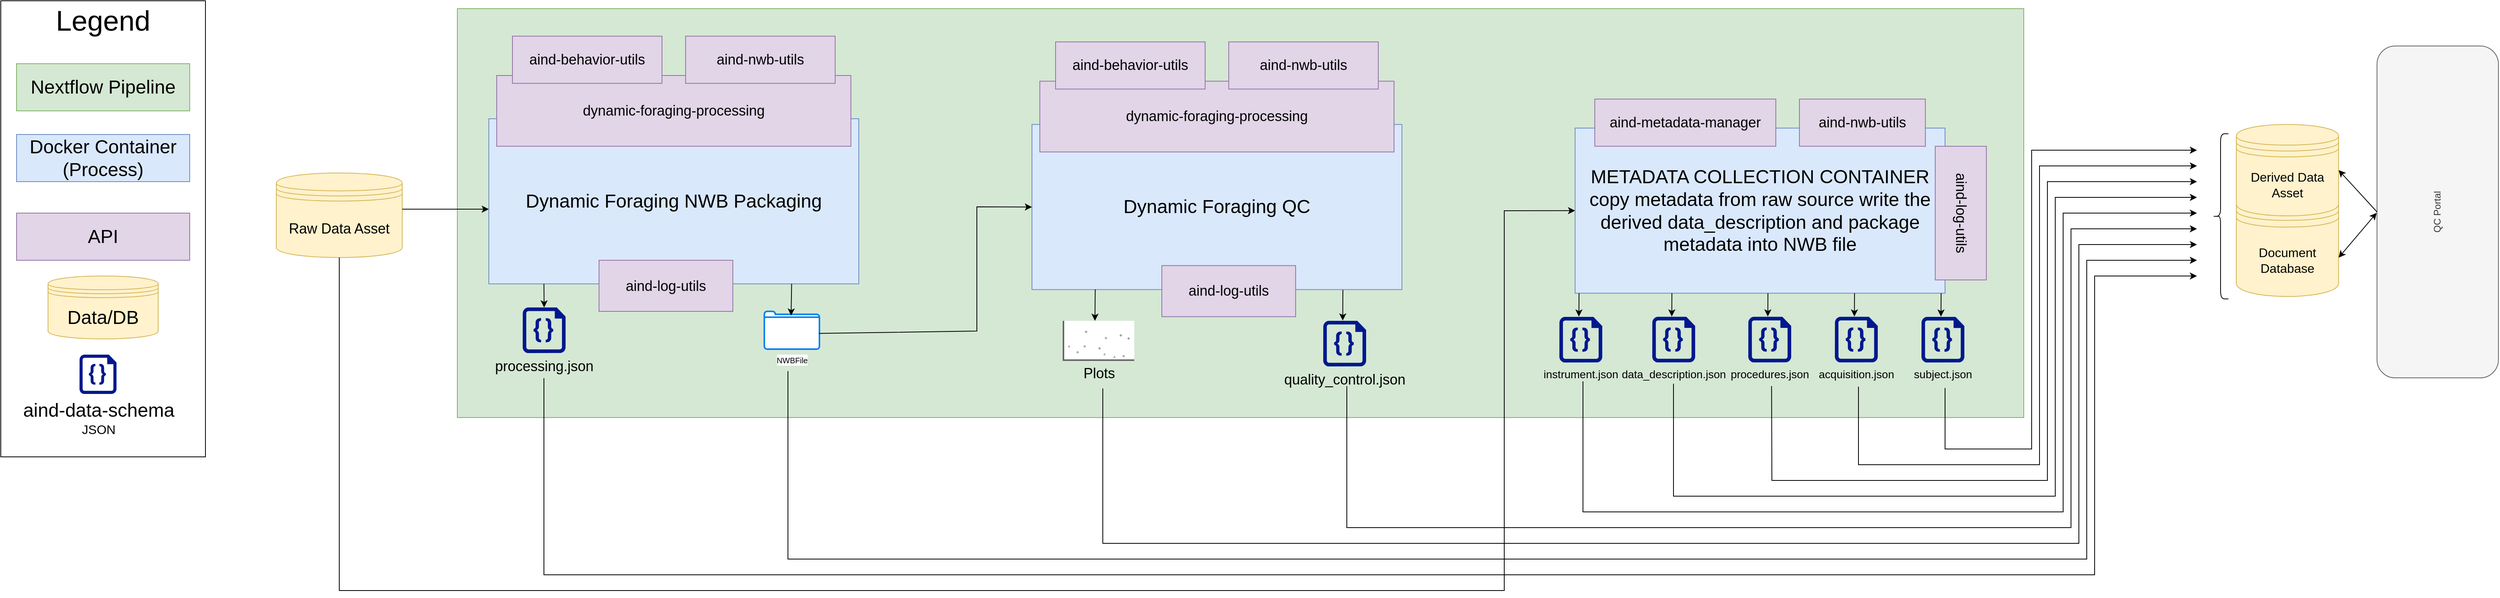
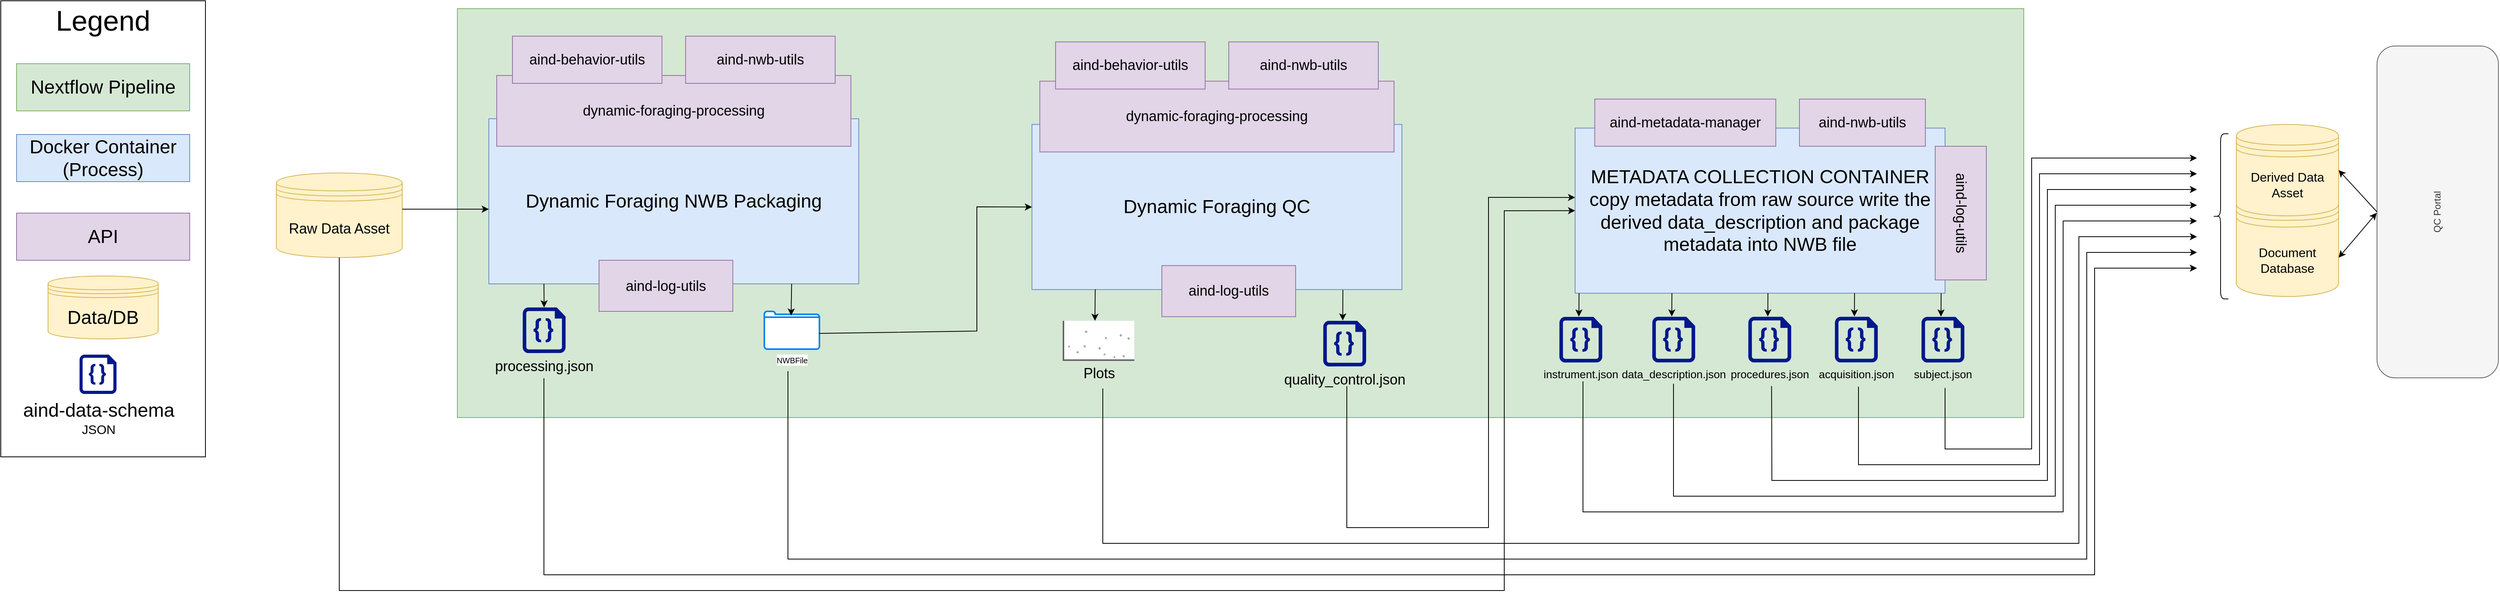
<mxfile host="Electron" agent="Mozilla/5.0 (Windows NT 10.0; Win64; x64) AppleWebKit/537.36 (KHTML, like Gecko) draw.io/29.2.9 Chrome/140.0.7339.249 Electron/38.7.2 Safari/537.36" version="29.2.9">
  <diagram name="Page-1" id="vGwxghS2Jf0l3ObwOOUD">
-     <mxGraphModel dx="2606" dy="1907" grid="1" gridSize="10" guides="1" tooltips="1" connect="1" arrows="1" fold="1" page="1" pageScale="1" pageWidth="850" pageHeight="1100" math="0" shadow="0">
+     <mxGraphModel dx="1216" dy="1235" grid="1" gridSize="10" guides="1" tooltips="1" connect="1" arrows="1" fold="1" page="1" pageScale="1" pageWidth="850" pageHeight="1100" math="0" shadow="0">
      <root>
        <mxCell id="0" />
        <mxCell id="1" parent="0" />
        <mxCell id="ucD0ku87yjtAbwI87e6s-2" parent="1" style="rounded=0;whiteSpace=wrap;html=1;fillColor=#d5e8d4;strokeColor=#82b366;" value="" vertex="1">
          <mxGeometry height="520" width="1990" x="1430" y="360" as="geometry" />
        </mxCell>
        <mxCell id="ucD0ku87yjtAbwI87e6s-4" parent="1" style="shape=datastore;whiteSpace=wrap;html=1;fillColor=#fff2cc;strokeColor=#d6b656;" value="&lt;font style=&quot;font-size: 18px;&quot;&gt;Raw Data Asset&lt;/font&gt;" vertex="1">
          <mxGeometry height="107.5" width="160" x="1200" y="568.97" as="geometry" />
        </mxCell>
        <mxCell id="ucD0ku87yjtAbwI87e6s-8" parent="1" style="rounded=0;whiteSpace=wrap;html=1;fillColor=#dae8fc;strokeColor=#6c8ebf;" value="&lt;span style=&quot;font-size: 24px;&quot;&gt;METADATA COLLECTION CONTAINER&lt;/span&gt;&lt;br&gt;&lt;div&gt;&lt;font style=&quot;font-size: 24px;&quot;&gt;copy metadata from raw source write the derived data_description and package metadata into NWB file&lt;/font&gt;&lt;/div&gt;" vertex="1">
          <mxGeometry height="210" width="470" x="2850" y="511.88" as="geometry" />
        </mxCell>
        <mxCell id="ucD0ku87yjtAbwI87e6s-9" parent="1" style="rounded=0;whiteSpace=wrap;html=1;fillColor=#e1d5e7;strokeColor=#9673a6;" value="&lt;font style=&quot;font-size: 18px;&quot;&gt;aind-metadata-manager&lt;/font&gt;" vertex="1">
          <mxGeometry height="60" width="230" x="2875" y="475" as="geometry" />
        </mxCell>
        <mxCell id="ucD0ku87yjtAbwI87e6s-10" parent="1" style="rounded=0;whiteSpace=wrap;html=1;rotation=90;fillColor=#e1d5e7;strokeColor=#9673a6;" value="&lt;font style=&quot;font-size: 18px;&quot;&gt;aind-log-utils&lt;/font&gt;" vertex="1">
          <mxGeometry height="65" width="170" x="3255" y="587.5" as="geometry" />
        </mxCell>
        <mxCell id="ucD0ku87yjtAbwI87e6s-11" parent="1" style="rounded=0;whiteSpace=wrap;html=1;fillColor=#e1d5e7;strokeColor=#9673a6;" value="&lt;font style=&quot;font-size: 18px;&quot;&gt;aind-nwb-utils&lt;/font&gt;" vertex="1">
          <mxGeometry height="60" width="160" x="3135" y="475" as="geometry" />
        </mxCell>
        <mxCell id="ucD0ku87yjtAbwI87e6s-12" connectable="0" parent="1" style="group;fillColor=#fff2cc;strokeColor=#d6b656;" value="" vertex="1">
          <mxGeometry height="580" width="260" x="850" y="350" as="geometry" />
        </mxCell>
        <mxCell id="ucD0ku87yjtAbwI87e6s-13" parent="ucD0ku87yjtAbwI87e6s-12" style="rounded=0;whiteSpace=wrap;html=1;" value="" vertex="1">
          <mxGeometry height="580" width="260" as="geometry" />
        </mxCell>
        <mxCell id="ucD0ku87yjtAbwI87e6s-14" parent="ucD0ku87yjtAbwI87e6s-12" style="text;html=1;whiteSpace=wrap;strokeColor=none;fillColor=none;align=center;verticalAlign=middle;rounded=0;" value="&lt;font style=&quot;font-size: 36px;&quot;&gt;Legend&lt;/font&gt;" vertex="1">
          <mxGeometry height="30" width="60" x="100" y="10" as="geometry" />
        </mxCell>
        <mxCell id="ucD0ku87yjtAbwI87e6s-15" parent="ucD0ku87yjtAbwI87e6s-12" style="rounded=0;whiteSpace=wrap;html=1;fillColor=#d5e8d4;strokeColor=#82b366;" value="&lt;font style=&quot;font-size: 24px;&quot;&gt;Nextflow Pipeline&lt;/font&gt;" vertex="1">
          <mxGeometry height="60" width="220" x="20" y="80" as="geometry" />
        </mxCell>
        <mxCell id="ucD0ku87yjtAbwI87e6s-16" parent="ucD0ku87yjtAbwI87e6s-12" style="rounded=0;whiteSpace=wrap;html=1;fillColor=#dae8fc;strokeColor=#6c8ebf;" value="&lt;font style=&quot;font-size: 24px;&quot;&gt;Docker Container (Process)&lt;/font&gt;" vertex="1">
          <mxGeometry height="60" width="220" x="20" y="170" as="geometry" />
        </mxCell>
        <mxCell id="ucD0ku87yjtAbwI87e6s-17" parent="ucD0ku87yjtAbwI87e6s-12" style="rounded=0;whiteSpace=wrap;html=1;fillColor=#e1d5e7;strokeColor=#9673a6;" value="&lt;font style=&quot;font-size: 24px;&quot;&gt;API&lt;/font&gt;" vertex="1">
          <mxGeometry height="60" width="220" x="20" y="270" as="geometry" />
        </mxCell>
        <mxCell id="ucD0ku87yjtAbwI87e6s-18" parent="ucD0ku87yjtAbwI87e6s-12" style="shape=datastore;whiteSpace=wrap;html=1;fillColor=#fff2cc;strokeColor=#d6b656;" value="&lt;font style=&quot;font-size: 24px;&quot;&gt;Data/DB&lt;/font&gt;" vertex="1">
          <mxGeometry height="80" width="140" x="60" y="350" as="geometry" />
        </mxCell>
        <mxCell id="ucD0ku87yjtAbwI87e6s-19" parent="ucD0ku87yjtAbwI87e6s-12" style="sketch=0;aspect=fixed;pointerEvents=1;shadow=0;dashed=0;html=1;strokeColor=none;labelPosition=center;verticalLabelPosition=bottom;verticalAlign=top;align=center;fillColor=#00188D;shape=mxgraph.azure.code_file" value="&lt;font style=&quot;font-size: 24px;&quot;&gt;aind-data-schema&lt;/font&gt;&lt;div&gt;&lt;font size=&quot;3&quot;&gt;JSON&lt;/font&gt;&lt;/div&gt;" vertex="1">
          <mxGeometry height="50" width="47" x="100" y="450" as="geometry" />
        </mxCell>
        <mxCell id="ucD0ku87yjtAbwI87e6s-22" parent="1" style="rounded=0;whiteSpace=wrap;html=1;fillColor=#dae8fc;strokeColor=#6c8ebf;" value="&lt;span style=&quot;font-size: 24px;&quot;&gt;Dynamic Foraging NWB Packaging&lt;/span&gt;" vertex="1">
          <mxGeometry height="210" width="470" x="1470" y="500" as="geometry" />
        </mxCell>
        <mxCell id="ucD0ku87yjtAbwI87e6s-23" parent="1" style="rounded=0;whiteSpace=wrap;html=1;fillColor=#e1d5e7;strokeColor=#9673a6;" value="&lt;font style=&quot;font-size: 18px;&quot;&gt;dynamic-foraging-processing&lt;/font&gt;" vertex="1">
          <mxGeometry height="90" width="450" x="1480" y="445" as="geometry" />
        </mxCell>
        <mxCell id="ucD0ku87yjtAbwI87e6s-24" parent="1" style="rounded=0;whiteSpace=wrap;html=1;fillColor=#e1d5e7;strokeColor=#9673a6;" value="&lt;font style=&quot;font-size: 18px;&quot;&gt;aind-nwb-utils&lt;/font&gt;" vertex="1">
          <mxGeometry height="60" width="190" x="1720" y="395" as="geometry" />
        </mxCell>
        <mxCell id="ucD0ku87yjtAbwI87e6s-25" parent="1" style="rounded=0;whiteSpace=wrap;html=1;fillColor=#e1d5e7;strokeColor=#9673a6;" value="&lt;font style=&quot;font-size: 18px;&quot;&gt;aind-behavior-utils&lt;/font&gt;" vertex="1">
          <mxGeometry height="60" width="190" x="1500" y="395" as="geometry" />
        </mxCell>
        <mxCell id="ucD0ku87yjtAbwI87e6s-26" parent="1" style="rounded=0;whiteSpace=wrap;html=1;rotation=0;fillColor=#e1d5e7;strokeColor=#9673a6;" value="&lt;font style=&quot;font-size: 18px;&quot;&gt;aind-log-utils&lt;/font&gt;" vertex="1">
          <mxGeometry height="65" width="170" x="1610" y="680" as="geometry" />
        </mxCell>
        <mxCell id="ucD0ku87yjtAbwI87e6s-33" parent="1" style="shape=datastore;whiteSpace=wrap;html=1;fillColor=#fff2cc;strokeColor=#d6b656;" value="&lt;font size=&quot;3&quot;&gt;Document Database&lt;/font&gt;" vertex="1">
          <mxGeometry height="135" width="130" x="3690" y="591.01" as="geometry" />
        </mxCell>
        <mxCell id="ucD0ku87yjtAbwI87e6s-34" parent="1" style="shape=datastore;whiteSpace=wrap;html=1;fillColor=#fff2cc;strokeColor=#d6b656;" value="&lt;font size=&quot;3&quot;&gt;Derived Data Asset&lt;/font&gt;" vertex="1">
          <mxGeometry height="116.25" width="130" x="3690" y="507.26" as="geometry" />
        </mxCell>
        <mxCell id="ucD0ku87yjtAbwI87e6s-37" parent="1" style="rounded=1;whiteSpace=wrap;html=1;rotation=-90;fillColor=#f5f5f5;strokeColor=#666666;fontColor=#333333;" value="QC Portal" vertex="1">
          <mxGeometry height="154.25" width="422.06" x="3734.85" y="541.35" as="geometry" />
        </mxCell>
        <mxCell id="ucD0ku87yjtAbwI87e6s-38" edge="1" parent="1" source="ucD0ku87yjtAbwI87e6s-37" style="endArrow=classic;html=1;rounded=0;exitX=0.5;exitY=0;exitDx=0;exitDy=0;entryX=1;entryY=0.5;entryDx=0;entryDy=0;" target="ucD0ku87yjtAbwI87e6s-34" value="">
          <mxGeometry height="50" relative="1" width="50" as="geometry">
            <mxPoint x="3860" y="586.63" as="sourcePoint" />
            <mxPoint x="3830" y="826.63" as="targetPoint" />
          </mxGeometry>
        </mxCell>
        <mxCell id="ucD0ku87yjtAbwI87e6s-39" edge="1" parent="1" style="endArrow=classic;startArrow=classic;html=1;rounded=0;entryX=0.497;entryY=-0.003;entryDx=0;entryDy=0;entryPerimeter=0;" target="ucD0ku87yjtAbwI87e6s-37" value="">
          <mxGeometry height="50" relative="1" width="50" as="geometry">
            <mxPoint x="3820" y="676.63" as="sourcePoint" />
            <mxPoint x="3870" y="626.63" as="targetPoint" />
          </mxGeometry>
        </mxCell>
        <mxCell id="XBMijPbnRn5yzxOUSNuw-1" parent="1" style="sketch=0;aspect=fixed;pointerEvents=1;shadow=0;dashed=0;html=1;strokeColor=none;labelPosition=center;verticalLabelPosition=bottom;verticalAlign=top;align=center;fillColor=#00188D;shape=mxgraph.azure.code_file" value="&lt;span style=&quot;font-size: 18px;&quot;&gt;processing.json&lt;/span&gt;" vertex="1">
          <mxGeometry height="58" width="54.52" x="1513" y="740" as="geometry" />
        </mxCell>
        <mxCell id="XBMijPbnRn5yzxOUSNuw-2" parent="1" style="sketch=0;aspect=fixed;pointerEvents=1;shadow=0;dashed=0;html=1;strokeColor=none;labelPosition=center;verticalLabelPosition=bottom;verticalAlign=top;align=center;fillColor=#00188D;shape=mxgraph.azure.code_file" value="&lt;span style=&quot;font-size: 18px;&quot;&gt;quality_control.json&lt;/span&gt;" vertex="1">
          <mxGeometry height="58" width="54.52" x="2530" y="757" as="geometry" />
        </mxCell>
        <mxCell id="XBMijPbnRn5yzxOUSNuw-3" edge="1" parent="1" source="ucD0ku87yjtAbwI87e6s-22" style="endArrow=classic;html=1;rounded=0;exitX=0.149;exitY=1;exitDx=0;exitDy=0;exitPerimeter=0;entryX=0.5;entryY=0;entryDx=0;entryDy=0;entryPerimeter=0;" target="XBMijPbnRn5yzxOUSNuw-1" value="">
          <mxGeometry height="50" relative="1" width="50" as="geometry">
            <mxPoint x="1570" y="950" as="sourcePoint" />
            <mxPoint x="1620" y="900" as="targetPoint" />
          </mxGeometry>
        </mxCell>
        <mxCell id="XBMijPbnRn5yzxOUSNuw-4" edge="1" parent="1" style="endArrow=classic;html=1;rounded=0;exitX=0.149;exitY=1;exitDx=0;exitDy=0;exitPerimeter=0;entryX=0.455;entryY=-0.007;entryDx=0;entryDy=0;entryPerimeter=0;" target="XBMijPbnRn5yzxOUSNuw-2" value="">
          <mxGeometry height="50" relative="1" width="50" as="geometry">
            <mxPoint x="2555" y="717.26" as="sourcePoint" />
            <mxPoint x="2555" y="747.26" as="targetPoint" />
          </mxGeometry>
        </mxCell>
        <mxCell id="ac3s_IaSw4kxKbjggmrB-1" parent="1" style="rounded=0;whiteSpace=wrap;html=1;fillColor=#dae8fc;strokeColor=#6c8ebf;" value="&lt;div&gt;&lt;font style=&quot;font-size: 24px;&quot;&gt;Dynamic Foraging QC&lt;/font&gt;&lt;/div&gt;" vertex="1">
          <mxGeometry height="210" width="470" x="2160" y="507.26" as="geometry" />
        </mxCell>
        <mxCell id="ac3s_IaSw4kxKbjggmrB-3" parent="1" style="rounded=0;whiteSpace=wrap;html=1;rotation=0;fillColor=#e1d5e7;strokeColor=#9673a6;" value="&lt;font style=&quot;font-size: 18px;&quot;&gt;aind-log-utils&lt;/font&gt;" vertex="1">
          <mxGeometry height="65" width="170" x="2325" y="686.75" as="geometry" />
        </mxCell>
        <mxCell id="ac3s_IaSw4kxKbjggmrB-5" parent="1" style="rounded=0;whiteSpace=wrap;html=1;fillColor=#e1d5e7;strokeColor=#9673a6;" value="&lt;font style=&quot;font-size: 18px;&quot;&gt;dynamic-foraging-processing&lt;/font&gt;" vertex="1">
          <mxGeometry height="90" width="450" x="2170" y="452.25" as="geometry" />
        </mxCell>
        <mxCell id="ac3s_IaSw4kxKbjggmrB-6" parent="1" style="rounded=0;whiteSpace=wrap;html=1;fillColor=#e1d5e7;strokeColor=#9673a6;" value="&lt;font style=&quot;font-size: 18px;&quot;&gt;aind-nwb-utils&lt;/font&gt;" vertex="1">
          <mxGeometry height="60" width="190" x="2410" y="402.25" as="geometry" />
        </mxCell>
        <mxCell id="ac3s_IaSw4kxKbjggmrB-7" parent="1" style="rounded=0;whiteSpace=wrap;html=1;fillColor=#e1d5e7;strokeColor=#9673a6;" value="&lt;font style=&quot;font-size: 18px;&quot;&gt;aind-behavior-utils&lt;/font&gt;" vertex="1">
          <mxGeometry height="60" width="190" x="2190" y="402.25" as="geometry" />
        </mxCell>
        <mxCell id="ac3s_IaSw4kxKbjggmrB-8" parent="1" style="verticalLabelPosition=bottom;shadow=0;dashed=0;align=center;html=1;verticalAlign=top;strokeWidth=1;shape=mxgraph.mockup.graphics.plotChart;strokeColor=none;strokeColor2=#aaaaaa;strokeColor3=#666666;fillColor2=#99aaff,#0022ff,#008cff;" value="&lt;font style=&quot;font-size: 18px;&quot;&gt;Plots&lt;/font&gt;" vertex="1">
          <mxGeometry height="50" width="90" x="2200" y="757" as="geometry" />
        </mxCell>
        <mxCell id="ac3s_IaSw4kxKbjggmrB-10" edge="1" parent="1" source="ac3s_IaSw4kxKbjggmrB-1" style="endArrow=classic;html=1;rounded=0;exitX=0.171;exitY=0.999;exitDx=0;exitDy=0;exitPerimeter=0;" value="">
          <mxGeometry height="50" relative="1" width="50" as="geometry">
            <mxPoint x="2240" y="724.26" as="sourcePoint" />
            <mxPoint x="2240" y="757" as="targetPoint" />
          </mxGeometry>
        </mxCell>
        <mxCell id="ac3s_IaSw4kxKbjggmrB-11" parent="1" style="html=1;verticalLabelPosition=bottom;align=center;labelBackgroundColor=#ffffff;verticalAlign=top;strokeWidth=2;strokeColor=#0080F0;shadow=0;dashed=0;shape=mxgraph.ios7.icons.folder;" value="&lt;font size=&quot;1&quot;&gt;NWBFile&lt;/font&gt;" vertex="1">
          <mxGeometry height="48" width="70" x="1820" y="745" as="geometry" />
        </mxCell>
        <mxCell id="ac3s_IaSw4kxKbjggmrB-12" edge="1" parent="1" style="endArrow=classic;html=1;rounded=0;exitX=0.149;exitY=1;exitDx=0;exitDy=0;exitPerimeter=0;entryX=0.486;entryY=0.111;entryDx=0;entryDy=0;entryPerimeter=0;" target="ac3s_IaSw4kxKbjggmrB-11" value="">
          <mxGeometry height="50" relative="1" width="50" as="geometry">
            <mxPoint x="1854.69" y="710" as="sourcePoint" />
            <mxPoint x="1854.69" y="740" as="targetPoint" />
          </mxGeometry>
        </mxCell>
        <mxCell id="ac3s_IaSw4kxKbjggmrB-15" parent="1" style="sketch=0;aspect=fixed;pointerEvents=1;shadow=0;dashed=0;html=1;strokeColor=none;labelPosition=center;verticalLabelPosition=bottom;verticalAlign=top;align=center;fillColor=#00188D;shape=mxgraph.azure.code_file" value="&lt;font style=&quot;font-size: 14px;&quot;&gt;data_description.json&lt;/font&gt;" vertex="1">
          <mxGeometry height="58" width="54.52" x="2948" y="751.88" as="geometry" />
        </mxCell>
        <mxCell id="ac3s_IaSw4kxKbjggmrB-16" edge="1" parent="1" style="endArrow=classic;html=1;rounded=0;exitX=0.149;exitY=1;exitDx=0;exitDy=0;exitPerimeter=0;entryX=0.455;entryY=-0.007;entryDx=0;entryDy=0;entryPerimeter=0;" target="ac3s_IaSw4kxKbjggmrB-15" value="">
          <mxGeometry height="50" relative="1" width="50" as="geometry">
            <mxPoint x="2973" y="721.88" as="sourcePoint" />
            <mxPoint x="2973" y="751.88" as="targetPoint" />
          </mxGeometry>
        </mxCell>
        <mxCell id="ac3s_IaSw4kxKbjggmrB-19" parent="1" style="sketch=0;aspect=fixed;pointerEvents=1;shadow=0;dashed=0;html=1;strokeColor=none;labelPosition=center;verticalLabelPosition=bottom;verticalAlign=top;align=center;fillColor=#00188D;shape=mxgraph.azure.code_file" value="&lt;font style=&quot;font-size: 14px;&quot;&gt;acquisition.json&lt;/font&gt;" vertex="1">
          <mxGeometry height="58" width="54.52" x="3180" y="751.88" as="geometry" />
        </mxCell>
        <mxCell id="ac3s_IaSw4kxKbjggmrB-20" edge="1" parent="1" style="endArrow=classic;html=1;rounded=0;exitX=0.149;exitY=1;exitDx=0;exitDy=0;exitPerimeter=0;entryX=0.455;entryY=-0.007;entryDx=0;entryDy=0;entryPerimeter=0;" target="ac3s_IaSw4kxKbjggmrB-19" value="">
          <mxGeometry height="50" relative="1" width="50" as="geometry">
            <mxPoint x="3205" y="721.88" as="sourcePoint" />
            <mxPoint x="3205" y="751.88" as="targetPoint" />
          </mxGeometry>
        </mxCell>
        <mxCell id="ac3s_IaSw4kxKbjggmrB-23" parent="1" style="sketch=0;aspect=fixed;pointerEvents=1;shadow=0;dashed=0;html=1;strokeColor=none;labelPosition=center;verticalLabelPosition=bottom;verticalAlign=top;align=center;fillColor=#00188D;shape=mxgraph.azure.code_file" value="&lt;font style=&quot;font-size: 14px;&quot;&gt;instrument.json&lt;/font&gt;" vertex="1">
          <mxGeometry height="58" width="54.52" x="2830" y="752" as="geometry" />
        </mxCell>
        <mxCell id="ac3s_IaSw4kxKbjggmrB-24" edge="1" parent="1" style="endArrow=classic;html=1;rounded=0;exitX=0.149;exitY=1;exitDx=0;exitDy=0;exitPerimeter=0;entryX=0.455;entryY=-0.007;entryDx=0;entryDy=0;entryPerimeter=0;" target="ac3s_IaSw4kxKbjggmrB-23" value="">
          <mxGeometry height="50" relative="1" width="50" as="geometry">
            <mxPoint x="2855" y="722" as="sourcePoint" />
            <mxPoint x="2855" y="752" as="targetPoint" />
          </mxGeometry>
        </mxCell>
        <mxCell id="ac3s_IaSw4kxKbjggmrB-25" parent="1" style="sketch=0;aspect=fixed;pointerEvents=1;shadow=0;dashed=0;html=1;strokeColor=none;labelPosition=center;verticalLabelPosition=bottom;verticalAlign=top;align=center;fillColor=#00188D;shape=mxgraph.azure.code_file" value="&lt;font style=&quot;font-size: 14px;&quot;&gt;subject.json&lt;/font&gt;" vertex="1">
          <mxGeometry height="58" width="54.52" x="3290" y="752" as="geometry" />
        </mxCell>
        <mxCell id="ac3s_IaSw4kxKbjggmrB-26" edge="1" parent="1" style="endArrow=classic;html=1;rounded=0;exitX=0.149;exitY=1;exitDx=0;exitDy=0;exitPerimeter=0;entryX=0.455;entryY=-0.007;entryDx=0;entryDy=0;entryPerimeter=0;" target="ac3s_IaSw4kxKbjggmrB-25" value="">
          <mxGeometry height="50" relative="1" width="50" as="geometry">
            <mxPoint x="3315" y="722" as="sourcePoint" />
            <mxPoint x="3315" y="752" as="targetPoint" />
          </mxGeometry>
        </mxCell>
        <mxCell id="ac3s_IaSw4kxKbjggmrB-27" parent="1" style="sketch=0;aspect=fixed;pointerEvents=1;shadow=0;dashed=0;html=1;strokeColor=none;labelPosition=center;verticalLabelPosition=bottom;verticalAlign=top;align=center;fillColor=#00188D;shape=mxgraph.azure.code_file" value="&lt;font style=&quot;font-size: 14px;&quot;&gt;procedures.json&lt;/font&gt;" vertex="1">
          <mxGeometry height="58" width="54.52" x="3070" y="751.88" as="geometry" />
        </mxCell>
        <mxCell id="ac3s_IaSw4kxKbjggmrB-28" edge="1" parent="1" style="endArrow=classic;html=1;rounded=0;exitX=0.149;exitY=1;exitDx=0;exitDy=0;exitPerimeter=0;entryX=0.455;entryY=-0.007;entryDx=0;entryDy=0;entryPerimeter=0;" target="ac3s_IaSw4kxKbjggmrB-27" value="">
          <mxGeometry height="50" relative="1" width="50" as="geometry">
            <mxPoint x="3095" y="721.88" as="sourcePoint" />
            <mxPoint x="3095" y="751.88" as="targetPoint" />
          </mxGeometry>
        </mxCell>
        <mxCell id="ac3s_IaSw4kxKbjggmrB-29" edge="1" parent="1" style="endArrow=classic;html=1;rounded=0;" value="">
          <mxGeometry height="50" relative="1" width="50" as="geometry">
            <Array as="points">
              <mxPoint x="1540" y="1080" />
              <mxPoint x="3510" y="1080" />
-               <mxPoint x="3510" y="700" />
+               <mxPoint x="3510" y="690" />
            </Array>
            <mxPoint x="1540" y="830" as="sourcePoint" />
-             <mxPoint x="3640" y="700" as="targetPoint" />
+             <mxPoint x="3640" y="690" as="targetPoint" />
          </mxGeometry>
        </mxCell>
        <mxCell id="ac3s_IaSw4kxKbjggmrB-30" edge="1" parent="1" style="endArrow=classic;html=1;rounded=0;" value="">
          <mxGeometry height="50" relative="1" width="50" as="geometry">
            <Array as="points">
              <mxPoint x="1850" y="1060" />
              <mxPoint x="3500" y="1060" />
-               <mxPoint x="3500" y="680" />
+               <mxPoint x="3500" y="670" />
            </Array>
            <mxPoint x="1850" y="821" as="sourcePoint" />
-             <mxPoint x="3640" y="680" as="targetPoint" />
+             <mxPoint x="3640" y="670" as="targetPoint" />
          </mxGeometry>
        </mxCell>
        <mxCell id="ac3s_IaSw4kxKbjggmrB-31" edge="1" parent="1" style="endArrow=classic;html=1;rounded=0;" value="">
          <mxGeometry height="50" relative="1" width="50" as="geometry">
            <Array as="points">
              <mxPoint x="2250" y="1040" />
              <mxPoint x="3490" y="1040" />
-               <mxPoint x="3490" y="660" />
+               <mxPoint x="3490" y="650" />
            </Array>
            <mxPoint x="2250" y="842.94" as="sourcePoint" />
-             <mxPoint x="3640" y="660" as="targetPoint" />
+             <mxPoint x="3640" y="650" as="targetPoint" />
          </mxGeometry>
        </mxCell>
        <mxCell id="ac3s_IaSw4kxKbjggmrB-33" edge="1" parent="1" source="ac3s_IaSw4kxKbjggmrB-11" style="endArrow=classic;html=1;rounded=0;entryX=0;entryY=0.5;entryDx=0;entryDy=0;exitX=0.992;exitY=0.583;exitDx=0;exitDy=0;exitPerimeter=0;" target="ac3s_IaSw4kxKbjggmrB-1" value="">
          <mxGeometry height="50" relative="1" width="50" as="geometry">
            <Array as="points">
              <mxPoint x="2090" y="770" />
              <mxPoint x="2090" y="612" />
            </Array>
            <mxPoint x="1900" y="770" as="sourcePoint" />
            <mxPoint x="1950" y="720" as="targetPoint" />
          </mxGeometry>
        </mxCell>
        <mxCell id="ac3s_IaSw4kxKbjggmrB-34" edge="1" parent="1" style="endArrow=classic;html=1;rounded=0;" value="">
          <mxGeometry height="50" relative="1" width="50" as="geometry">
            <mxPoint x="1360" y="615" as="sourcePoint" />
            <mxPoint x="1470" y="615" as="targetPoint" />
          </mxGeometry>
        </mxCell>
        <mxCell id="ac3s_IaSw4kxKbjggmrB-35" edge="1" parent="1" source="ucD0ku87yjtAbwI87e6s-4" style="endArrow=classic;html=1;rounded=0;entryX=0;entryY=0.5;entryDx=0;entryDy=0;exitX=0.5;exitY=1;exitDx=0;exitDy=0;" target="ucD0ku87yjtAbwI87e6s-8" value="">
          <mxGeometry height="50" relative="1" width="50" as="geometry">
            <Array as="points">
              <mxPoint x="1280" y="1100" />
              <mxPoint x="2760" y="1100" />
              <mxPoint x="2760" y="617" />
            </Array>
            <mxPoint x="1296" y="596.85" as="sourcePoint" />
            <mxPoint x="1470" y="601.85" as="targetPoint" />
          </mxGeometry>
        </mxCell>
        <mxCell id="ac3s_IaSw4kxKbjggmrB-38" parent="1" style="shape=curlyBracket;whiteSpace=wrap;html=1;rounded=1;labelPosition=left;verticalLabelPosition=middle;align=right;verticalAlign=middle;" value="" vertex="1">
          <mxGeometry height="210" width="20" x="3660" y="519.13" as="geometry" />
        </mxCell>
-         <mxCell id="ac3s_IaSw4kxKbjggmrB-39" edge="1" parent="1" style="endArrow=classic;html=1;rounded=0;" value="">
+         <mxCell id="ac3s_IaSw4kxKbjggmrB-39" edge="1" parent="1" style="endArrow=classic;html=1;rounded=0;entryX=0;entryY=0.42;entryDx=0;entryDy=0;entryPerimeter=0;" target="ucD0ku87yjtAbwI87e6s-8" value="">
          <mxGeometry height="50" relative="1" width="50" as="geometry">
            <Array as="points">
              <mxPoint x="2560" y="1020" />
-               <mxPoint x="3480" y="1020" />
-               <mxPoint x="3480" y="640" />
+               <mxPoint x="2740" y="1020" />
+               <mxPoint x="2740" y="600" />
            </Array>
            <mxPoint x="2560" y="840.12" as="sourcePoint" />
            <mxPoint x="3640" y="640" as="targetPoint" />
          </mxGeometry>
        </mxCell>
        <mxCell id="ac3s_IaSw4kxKbjggmrB-41" edge="1" parent="1" style="endArrow=classic;html=1;rounded=0;" value="">
          <mxGeometry height="50" relative="1" width="50" as="geometry">
            <Array as="points">
              <mxPoint x="2860" y="1000" />
              <mxPoint x="3470" y="1000" />
-               <mxPoint x="3470" y="620" />
+               <mxPoint x="3470" y="630" />
            </Array>
            <mxPoint x="2860" y="833.9507692307693" as="sourcePoint" />
-             <mxPoint x="3640" y="620" as="targetPoint" />
+             <mxPoint x="3640" y="630" as="targetPoint" />
          </mxGeometry>
        </mxCell>
        <mxCell id="ac3s_IaSw4kxKbjggmrB-42" edge="1" parent="1" style="endArrow=classic;html=1;rounded=0;" value="">
          <mxGeometry height="50" relative="1" width="50" as="geometry">
            <Array as="points">
              <mxPoint x="2975" y="980" />
              <mxPoint x="3460" y="980" />
-               <mxPoint x="3460" y="600" />
+               <mxPoint x="3460" y="610" />
            </Array>
            <mxPoint x="2975" y="837.0507692307693" as="sourcePoint" />
-             <mxPoint x="3640" y="600" as="targetPoint" />
+             <mxPoint x="3640" y="610" as="targetPoint" />
          </mxGeometry>
        </mxCell>
        <mxCell id="ac3s_IaSw4kxKbjggmrB-43" edge="1" parent="1" source="ucD0ku87yjtAbwI87e6s-2" style="endArrow=classic;html=1;rounded=0;exitX=0.839;exitY=0.923;exitDx=0;exitDy=0;exitPerimeter=0;" value="">
          <mxGeometry height="50" relative="1" width="50" as="geometry">
            <Array as="points">
              <mxPoint x="3100" y="960" />
              <mxPoint x="3450" y="960" />
-               <mxPoint x="3450" y="580" />
+               <mxPoint x="3450" y="590" />
            </Array>
            <mxPoint x="3090" y="840" as="sourcePoint" />
-             <mxPoint x="3640" y="580" as="targetPoint" />
+             <mxPoint x="3640" y="590" as="targetPoint" />
          </mxGeometry>
        </mxCell>
        <mxCell id="ac3s_IaSw4kxKbjggmrB-45" edge="1" parent="1" style="endArrow=classic;html=1;rounded=0;" value="">
          <mxGeometry height="50" relative="1" width="50" as="geometry">
            <Array as="points">
              <mxPoint x="3210" y="940" />
              <mxPoint x="3440" y="940" />
-               <mxPoint x="3440" y="560" />
+               <mxPoint x="3440" y="570" />
            </Array>
            <mxPoint x="3210" y="840.8107692307693" as="sourcePoint" />
-             <mxPoint x="3640" y="560" as="targetPoint" />
+             <mxPoint x="3640" y="570" as="targetPoint" />
          </mxGeometry>
        </mxCell>
        <mxCell id="ac3s_IaSw4kxKbjggmrB-46" edge="1" parent="1" style="endArrow=classic;html=1;rounded=0;" value="">
          <mxGeometry height="50" relative="1" width="50" as="geometry">
            <Array as="points">
              <mxPoint x="3320" y="920" />
              <mxPoint x="3430" y="920" />
-               <mxPoint x="3430" y="540" />
+               <mxPoint x="3430" y="550" />
            </Array>
            <mxPoint x="3320" y="842.4307692307694" as="sourcePoint" />
-             <mxPoint x="3640" y="540" as="targetPoint" />
+             <mxPoint x="3640" y="550" as="targetPoint" />
          </mxGeometry>
        </mxCell>
      </root>
    </mxGraphModel>
  </diagram>
</mxfile>
